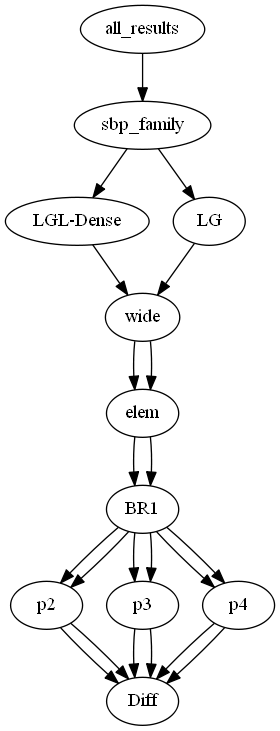
This is visual/all_results_1d.dot.png from zolargwrk/PySBP, a Graphviz export, as it was before one commit. Its source is kept beside it as visual/all_results_1d.dot.
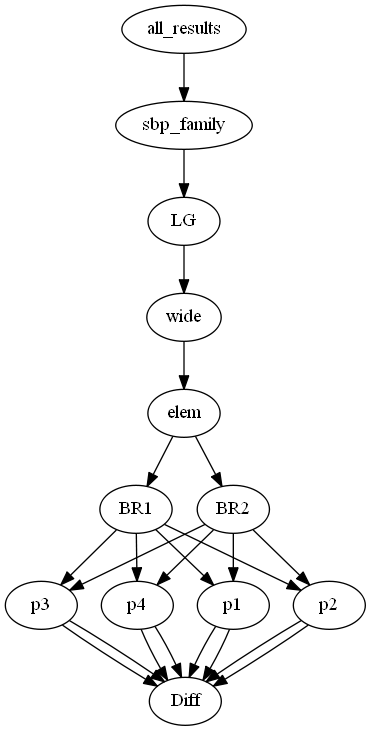
Later version of the same file.

The edit, as a diff of the source:
```diff
@@ -1,20 +1,21 @@
 digraph tree {
     "all_results";
     "sbp_family";
-    "LGL-Dense";
+    "LG";
     "wide";
     "elem";
     "BR1";
+    "p1";
+    "Diff";
     "p2";
     "Diff";
     "p3";
     "Diff";
     "p4";
     "Diff";
-    "LG";
-    "wide";
-    "elem";
-    "BR1";
+    "BR2";
+    "p1";
+    "Diff";
     "p2";
     "Diff";
     "p3";
@@ -22,23 +23,24 @@
     "p4";
     "Diff";
     "all_results" -> "sbp_family";
-    "sbp_family" -> "LGL-Dense";
     "sbp_family" -> "LG";
-    "LGL-Dense" -> "wide";
+    "LG" -> "wide";
     "wide" -> "elem";
     "elem" -> "BR1";
+    "elem" -> "BR2";
+    "BR1" -> "p1";
     "BR1" -> "p2";
     "BR1" -> "p3";
     "BR1" -> "p4";
+    "p1" -> "Diff";
     "p2" -> "Diff";
     "p3" -> "Diff";
     "p4" -> "Diff";
-    "LG" -> "wide";
-    "wide" -> "elem";
-    "elem" -> "BR1";
-    "BR1" -> "p2";
-    "BR1" -> "p3";
-    "BR1" -> "p4";
+    "BR2" -> "p1";
+    "BR2" -> "p2";
+    "BR2" -> "p3";
+    "BR2" -> "p4";
+    "p1" -> "Diff";
     "p2" -> "Diff";
     "p3" -> "Diff";
     "p4" -> "Diff";
```
